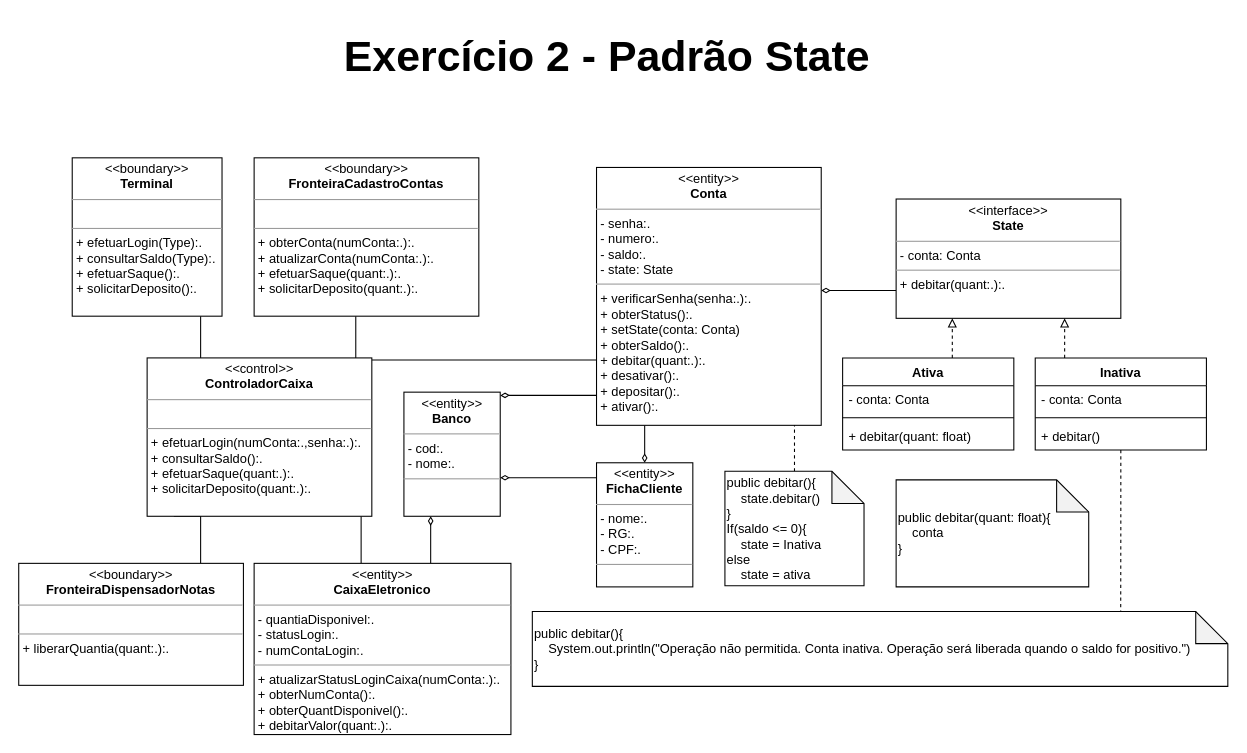
Earlier version of the draw.io diagram ATM_State.drawio (JorgeEduardoFOS/lista2MC426). Source tidied: cells renumbered, new cells numbered last; positions are measured from the earlier drawing's top-left corner, leaving out a move shared by most shapes. Both pictures are drawn from the tidied source at 107%, with x=0, y=0 at pixel (18, 18).
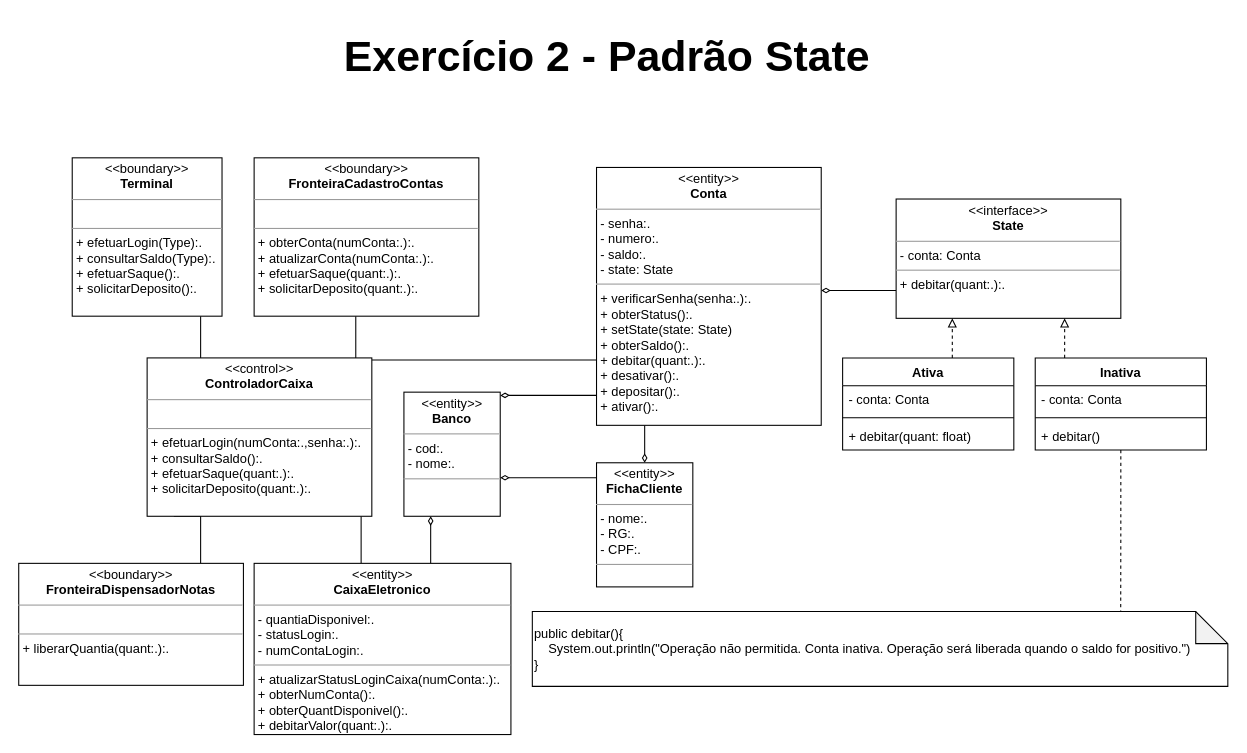
After the change.

Change to the diagram source:
```diff
@@
-    <mxCell id="17" value="&lt;p style=&quot;margin:0px;margin-top:4px;text-align:center;&quot;&gt;&lt;i&gt;&amp;lt;&amp;lt;&lt;/i&gt;entity&lt;i&gt;&amp;gt;&amp;gt;&lt;/i&gt;&lt;br&gt;&lt;b&gt;Conta&lt;/b&gt;&lt;/p&gt;&lt;hr size=&quot;1&quot;&gt;&lt;p style=&quot;margin:0px;margin-left:4px;&quot;&gt;- senha:.&lt;/p&gt;&lt;p style=&quot;margin:0px;margin-left:4px;&quot;&gt;- numero:.&lt;/p&gt;&lt;p style=&quot;margin:0px;margin-left:4px;&quot;&gt;- saldo:.&lt;/p&gt;&lt;p style=&quot;margin:0px;margin-left:4px;&quot;&gt;- state: State&lt;/p&gt;&lt;hr size=&quot;1&quot;&gt;&lt;p style=&quot;margin:0px;margin-left:4px;&quot;&gt;+ verificarSenha(senha:.):.&lt;br&gt;+ obterStatus():.&lt;/p&gt;&lt;p style=&quot;margin:0px;margin-left:4px;&quot;&gt;+ setState(conta: Conta)&lt;/p&gt;&lt;p style=&quot;margin:0px;margin-left:4px;&quot;&gt;+ obterSaldo():.&lt;/p&gt;&lt;p style=&quot;margin:0px;margin-left:4px;&quot;&gt;+ debitar(quant:.):.&lt;/p&gt;&lt;p style=&quot;margin:0px;margin-left:4px;&quot;&gt;+ desativar():.&lt;/p&gt;&lt;p style=&quot;margin:0px;margin-left:4px;&quot;&gt;+ depositar():.&lt;/p&gt;&lt;p style=&quot;margin:0px;margin-left:4px;&quot;&gt;+ ativar():.&lt;/p&gt;" style="verticalAlign=top;align=left;overflow=fill;fontSize=12;fontFamily=Helvetica;html=1;" parent="1" vertex="1">
+    <mxCell id="17" value="&lt;p style=&quot;margin:0px;margin-top:4px;text-align:center;&quot;&gt;&lt;i&gt;&amp;lt;&amp;lt;&lt;/i&gt;entity&lt;i&gt;&amp;gt;&amp;gt;&lt;/i&gt;&lt;br&gt;&lt;b&gt;Conta&lt;/b&gt;&lt;/p&gt;&lt;hr size=&quot;1&quot;&gt;&lt;p style=&quot;margin:0px;margin-left:4px;&quot;&gt;- senha:.&lt;/p&gt;&lt;p style=&quot;margin:0px;margin-left:4px;&quot;&gt;- numero:.&lt;/p&gt;&lt;p style=&quot;margin:0px;margin-left:4px;&quot;&gt;- saldo:.&lt;/p&gt;&lt;p style=&quot;margin:0px;margin-left:4px;&quot;&gt;- state: State&lt;/p&gt;&lt;hr size=&quot;1&quot;&gt;&lt;p style=&quot;margin:0px;margin-left:4px;&quot;&gt;+ verificarSenha(senha:.):.&lt;br&gt;+ obterStatus():.&lt;/p&gt;&lt;p style=&quot;margin:0px;margin-left:4px;&quot;&gt;+ setState(state: State)&lt;/p&gt;&lt;p style=&quot;margin:0px;margin-left:4px;&quot;&gt;+ obterSaldo():.&lt;/p&gt;&lt;p style=&quot;margin:0px;margin-left:4px;&quot;&gt;+ debitar(quant:.):.&lt;/p&gt;&lt;p style=&quot;margin:0px;margin-left:4px;&quot;&gt;+ desativar():.&lt;/p&gt;&lt;p style=&quot;margin:0px;margin-left:4px;&quot;&gt;+ depositar():.&lt;/p&gt;&lt;p style=&quot;margin:0px;margin-left:4px;&quot;&gt;+ ativar():.&lt;/p&gt;" style="verticalAlign=top;align=left;overflow=fill;fontSize=12;fontFamily=Helvetica;html=1;" parent="1" vertex="1">
       <mxGeometry x="540" y="139" width="210" height="241" as="geometry" />
     </mxCell>
@@
-    <mxCell id="34" style="edgeStyle=orthogonalEdgeStyle;rounded=0;jettySize=auto;html=1;entryX=0.881;entryY=1;entryDx=0;entryDy=0;entryPerimeter=0;endArrow=none;endFill=0;dashed=1;" parent="1" edge="1" source="35" target="17">
-      <mxGeometry relative="1" as="geometry" />
-    </mxCell>
-    <mxCell id="35" value="public debitar(){&lt;br&gt;&amp;nbsp; &amp;nbsp; state.debitar()&lt;br&gt;}&lt;br&gt;If(saldo &amp;lt;= 0){&lt;br&gt;&amp;nbsp; &amp;nbsp; state = Inativa&lt;br&gt;else&lt;br&gt;&amp;nbsp; &amp;nbsp; state = ativa" style="shape=note;whiteSpace=wrap;html=1;backgroundOutline=1;darkOpacity=0.05;align=left;" parent="1" vertex="1">
-      <mxGeometry x="660" y="423" width="130" height="107" as="geometry" />
-    </mxCell>
-    <mxCell id="36" value="public debitar(quant: float){&lt;br&gt;&amp;nbsp; &amp;nbsp; conta&lt;br&gt;}" style="shape=note;whiteSpace=wrap;html=1;backgroundOutline=1;darkOpacity=0.05;align=left;" parent="1" vertex="1">
-      <mxGeometry x="820" y="431" width="180" height="100" as="geometry" />
-    </mxCell>
```
